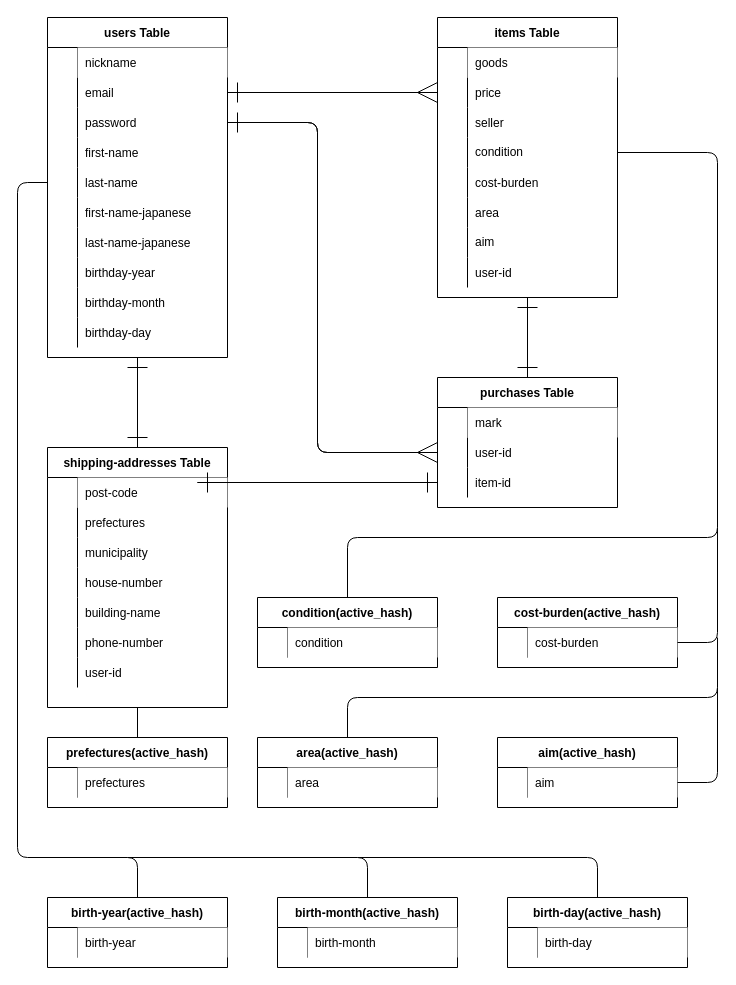
This is furima.dio from kakehi22222/furima-38489, a draw.io file, before an edit. Source tidied: cells renumbered, new cells numbered last; positions are measured from the earlier drawing's top-left corner, leaving out a move shared by most shapes. Both pictures are drawn from the tidied source at 100%, with x=0, y=0 at pixel (17, 17).
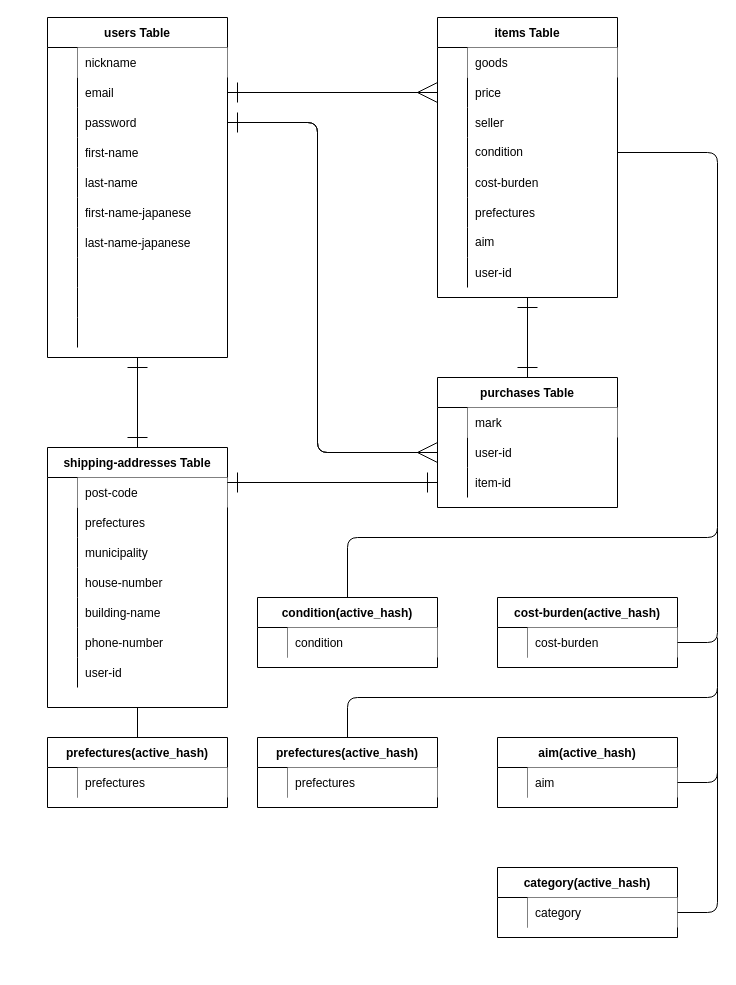
The same diagram, later.

Commit message (it also covers changes not shown here):
レビューによるデータベース修正

Unchanged cells that the change refers to:
```xml
<mxCell id="17" style="shape=partialRectangle;fillColor=none;top=0;left=0;bottom=0;right=0;points=[[0,0.5],[1,0.5]];portConstraint=eastwest;" parent="4" vertex="1">
  <mxGeometry y="150" width="180" height="30" as="geometry" />
</mxCell>
<mxCell id="26" style="shape=partialRectangle;fillColor=none;top=0;left=0;bottom=0;right=0;" parent="4" vertex="1">
  <mxGeometry y="240" width="180" height="30" as="geometry" />
</mxCell>
<mxCell id="29" style="shape=partialRectangle;fillColor=none;top=0;left=0;bottom=0;right=0;" parent="4" vertex="1">
  <mxGeometry y="270" width="180" height="30" as="geometry" />
</mxCell>
<mxCell id="32" style="shape=partialRectangle;fillColor=none;top=0;left=0;bottom=0;right=0;" parent="4" vertex="1">
  <mxGeometry y="300" width="180" height="30" as="geometry" />
</mxCell>
<mxCell id="52" style="shape=partialRectangle;fillColor=none;top=0;left=0;bottom=0;right=0;" parent="36" vertex="1">
  <mxGeometry y="180" width="180" height="30" as="geometry" />
</mxCell>
<mxCell id="93" style="shape=partialRectangle;fillColor=none;top=0;left=0;bottom=0;right=0;points=[[0,0.5],[1,0.5]];portConstraint=eastwest;" parent="86" vertex="1">
  <mxGeometry y="90" width="180" height="30" as="geometry" />
</mxCell>
<mxCell id="116" style="shape=partialRectangle;fillColor=none;top=0;left=0;bottom=0;right=0;" parent="115" vertex="1">
  <mxGeometry y="30" width="180" height="30" as="geometry" />
</mxCell>
```

What changed in the source:
```diff
@@
-    <mxCell id="28" value="birthday-year" style="shape=partialRectangle;fillColor=none;top=0;left=0;bottom=0;right=0;align=left;spacingLeft=6;overflow=hidden;" parent="26" vertex="1">
+    <mxCell id="28" style="shape=partialRectangle;fillColor=none;top=0;left=0;bottom=0;right=0;align=left;spacingLeft=6;overflow=hidden;" parent="26" vertex="1">
       <mxGeometry x="30" width="150" height="30" as="geometry" />
     </mxCell>
@@
-    <mxCell id="31" value="birthday-month" style="shape=partialRectangle;fillColor=none;top=0;left=0;bottom=0;right=0;align=left;spacingLeft=6;overflow=hidden;" parent="29" vertex="1">
+    <mxCell id="31" style="shape=partialRectangle;fillColor=none;top=0;left=0;bottom=0;right=0;align=left;spacingLeft=6;overflow=hidden;" parent="29" vertex="1">
       <mxGeometry x="30" width="150" height="30" as="geometry" />
     </mxCell>
@@
-    <mxCell id="34" value="birthday-day" style="shape=partialRectangle;fillColor=none;top=0;left=0;bottom=0;right=0;align=left;spacingLeft=6;overflow=hidden;" parent="32" vertex="1">
+    <mxCell id="34" style="shape=partialRectangle;fillColor=none;top=0;left=0;bottom=0;right=0;align=left;spacingLeft=6;overflow=hidden;" parent="32" vertex="1">
       <mxGeometry x="30" width="150" height="30" as="geometry" />
     </mxCell>
@@
-    <mxCell id="54" value="area" style="shape=partialRectangle;fillColor=none;top=0;left=0;bottom=0;right=0;align=left;spacingLeft=6;overflow=hidden;" parent="52" vertex="1">
+    <mxCell id="54" value="prefectures" style="shape=partialRectangle;fillColor=none;top=0;left=0;bottom=0;right=0;align=left;spacingLeft=6;overflow=hidden;" parent="52" vertex="1">
       <mxGeometry x="30" width="150" height="30" as="geometry" />
     </mxCell>
@@
     <mxCell id="100" style="edgeStyle=none;html=1;exitX=0;exitY=0.5;exitDx=0;exitDy=0;endArrow=ERone;endFill=0;endSize=18;" parent="1" edge="1" source="93">
       <mxGeometry relative="1" as="geometry">
-        <mxPoint x="180" y="465" as="targetPoint" />
+        <mxPoint x="210" y="465" as="targetPoint" />
       </mxGeometry>
     </mxCell>
     <mxCell id="101" style="edgeStyle=none;html=1;entryX=0;entryY=0.5;entryDx=0;entryDy=0;endArrow=ERone;endFill=0;endSize=18;" parent="1" edge="1" target="93">
       <mxGeometry relative="1" as="geometry">
-        <mxPoint x="180" y="465" as="sourcePoint" />
+        <mxPoint x="210" y="465" as="sourcePoint" />
       </mxGeometry>
     </mxCell>
@@
-    <mxCell id="115" value="area(active_hash)" style="shape=table;startSize=30;childLayout=tableLayout;rowLines=0;fontStyle=1;align=center;swimlaneFillColor=default;" parent="1" vertex="1">
+    <mxCell id="115" value="prefectures(active_hash)" style="shape=table;startSize=30;childLayout=tableLayout;rowLines=0;fontStyle=1;align=center;swimlaneFillColor=default;" parent="1" vertex="1">
       <mxGeometry x="240" y="720" width="180" height="70" as="geometry" />
     </mxCell>
@@
-    <mxCell id="118" value="area" style="shape=partialRectangle;fillColor=default;top=0;left=0;bottom=0;right=0;align=left;spacingLeft=6;overflow=hidden;" parent="116" vertex="1">
+    <mxCell id="118" value="prefectures" style="shape=partialRectangle;fillColor=default;top=0;left=0;bottom=0;right=0;align=left;spacingLeft=6;overflow=hidden;" parent="116" vertex="1">
       <mxGeometry x="30" width="150" height="30" as="geometry" />
     </mxCell>
@@
-    <mxCell id="126" value="birth-year(active_hash)" style="shape=table;startSize=30;childLayout=tableLayout;rowLines=0;fontStyle=1;align=center;swimlaneFillColor=default;" parent="1" vertex="1">
-      <mxGeometry x="30" y="880" width="180" height="70" as="geometry" />
-    </mxCell>
-    <mxCell id="127" style="shape=partialRectangle;fillColor=none;top=0;left=0;bottom=0;right=0;" parent="126" vertex="1">
-      <mxGeometry y="30" width="180" height="30" as="geometry" />
-    </mxCell>
-    <mxCell id="128" style="shape=partialRectangle;fillColor=none;top=0;left=0;bottom=0;right=0;overflow=hidden;" parent="127" vertex="1">
-      <mxGeometry width="30" height="30" as="geometry" />
-    </mxCell>
-    <mxCell id="129" value="birth-year" style="shape=partialRectangle;fillColor=default;top=0;left=0;bottom=0;right=0;align=left;spacingLeft=6;overflow=hidden;" parent="127" vertex="1">
-      <mxGeometry x="30" width="150" height="30" as="geometry" />
-    </mxCell>
-    <mxCell id="130" style="edgeStyle=none;html=1;exitX=0.5;exitY=0;exitDx=0;exitDy=0;endArrow=none;endFill=0;endSize=18;" parent="1" edge="1" source="131">
-      <mxGeometry relative="1" as="geometry">
-        <mxPoint x="110" y="840" as="targetPoint" />
-        <Array as="points">
-          <mxPoint x="350" y="840" />
-        </Array>
-      </mxGeometry>
-    </mxCell>
-    <mxCell id="131" value="birth-month(active_hash)" style="shape=table;startSize=30;childLayout=tableLayout;rowLines=0;fontStyle=1;align=center;swimlaneFillColor=default;" parent="1" vertex="1">
-      <mxGeometry x="260" y="880" width="180" height="70" as="geometry" />
-    </mxCell>
-    <mxCell id="132" style="shape=partialRectangle;fillColor=none;top=0;left=0;bottom=0;right=0;" parent="131" vertex="1">
-      <mxGeometry y="30" width="180" height="30" as="geometry" />
-    </mxCell>
-    <mxCell id="133" style="shape=partialRectangle;fillColor=none;top=0;left=0;bottom=0;right=0;overflow=hidden;" parent="132" vertex="1">
-      <mxGeometry width="30" height="30" as="geometry" />
-    </mxCell>
-    <mxCell id="134" value="birth-month" style="shape=partialRectangle;fillColor=default;top=0;left=0;bottom=0;right=0;align=left;spacingLeft=6;overflow=hidden;" parent="132" vertex="1">
-      <mxGeometry x="30" width="150" height="30" as="geometry" />
-    </mxCell>
-    <mxCell id="135" style="edgeStyle=none;html=1;exitX=0.5;exitY=0;exitDx=0;exitDy=0;endArrow=none;endFill=0;endSize=18;" parent="1" edge="1" source="136">
-      <mxGeometry relative="1" as="geometry">
-        <mxPoint x="340" y="840" as="targetPoint" />
-        <Array as="points">
-          <mxPoint x="580" y="840" />
-        </Array>
-      </mxGeometry>
-    </mxCell>
-    <mxCell id="136" value="birth-day(active_hash)" style="shape=table;startSize=30;childLayout=tableLayout;rowLines=0;fontStyle=1;align=center;swimlaneFillColor=default;" parent="1" vertex="1">
-      <mxGeometry x="490" y="880" width="180" height="70" as="geometry" />
-    </mxCell>
-    <mxCell id="137" style="shape=partialRectangle;fillColor=none;top=0;left=0;bottom=0;right=0;" parent="136" vertex="1">
-      <mxGeometry y="30" width="180" height="30" as="geometry" />
-    </mxCell>
-    <mxCell id="138" style="shape=partialRectangle;fillColor=none;top=0;left=0;bottom=0;right=0;overflow=hidden;" parent="137" vertex="1">
-      <mxGeometry width="30" height="30" as="geometry" />
-    </mxCell>
-    <mxCell id="139" value="birth-day" style="shape=partialRectangle;fillColor=default;top=0;left=0;bottom=0;right=0;align=left;spacingLeft=6;overflow=hidden;" parent="137" vertex="1">
-      <mxGeometry x="30" width="150" height="30" as="geometry" />
-    </mxCell>
-    <mxCell id="140" style="edgeStyle=none;html=1;exitX=0;exitY=0.5;exitDx=0;exitDy=0;entryX=0.5;entryY=0;entryDx=0;entryDy=0;endArrow=none;endFill=0;endSize=18;" parent="1" edge="1" source="17" target="126">
-      <mxGeometry relative="1" as="geometry">
-        <Array as="points">
-          <mxPoint y="165" />
-          <mxPoint y="840" />
-          <mxPoint x="120" y="840" />
-        </Array>
-      </mxGeometry>
-    </mxCell>
+    <mxCell id="141" value="category(active_hash)" style="shape=table;startSize=30;childLayout=tableLayout;rowLines=0;fontStyle=1;align=center;swimlaneFillColor=default;" parent="1" vertex="1">
+      <mxGeometry x="480" y="850" width="180" height="70" as="geometry" />
+    </mxCell>
+    <mxCell id="142" style="shape=partialRectangle;fillColor=none;top=0;left=0;bottom=0;right=0;points=[[0,0.5],[1,0.5]];portConstraint=eastwest;" parent="141" vertex="1">
+      <mxGeometry y="30" width="180" height="30" as="geometry" />
+    </mxCell>
+    <mxCell id="143" style="shape=partialRectangle;fillColor=none;top=0;left=0;bottom=0;right=0;overflow=hidden;" parent="142" vertex="1">
+      <mxGeometry width="30" height="30" as="geometry" />
+    </mxCell>
+    <mxCell id="144" value="category" style="shape=partialRectangle;fillColor=default;top=0;left=0;bottom=0;right=0;align=left;spacingLeft=6;overflow=hidden;" parent="142" vertex="1">
+      <mxGeometry x="30" width="150" height="30" as="geometry" />
+    </mxCell>
+    <mxCell id="145" style="edgeStyle=none;html=1;exitX=1;exitY=0.5;exitDx=0;exitDy=0;endArrow=none;endFill=0;endSize=18;" parent="1" edge="1" source="142">
+      <mxGeometry relative="1" as="geometry">
+        <mxPoint x="700" y="750" as="targetPoint" />
+        <Array as="points">
+          <mxPoint x="700" y="895" />
+        </Array>
+      </mxGeometry>
+    </mxCell>
```
